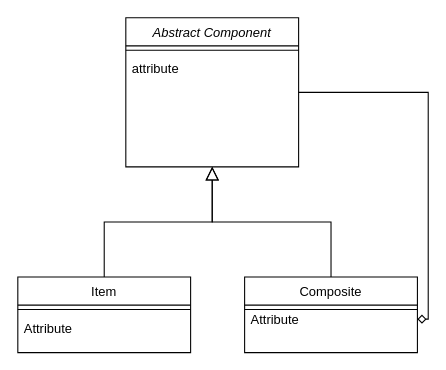
This is src/main/java/com/example/design/CompositePattern.drawio from utkaln/basic-java-app, a draw.io file, before an edit. Source tidied: cells renumbered, new cells numbered last; positions are measured from the earlier drawing's top-left corner, leaving out a move shared by most shapes. Both pictures are drawn from the tidied source at 108%, with x=0, y=0 at pixel (17, 17).
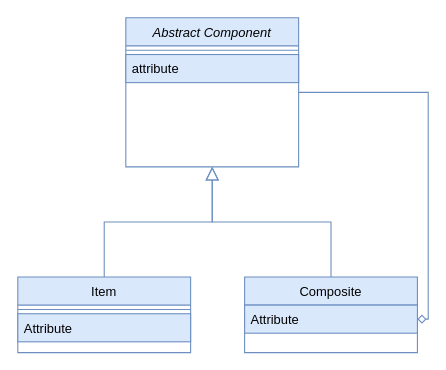
Above is the later version.

What changed in the source:
```diff
@@
 <mxGraphModel>
   <root>
     <mxCell id="0" />
     <mxCell id="1" parent="0" />
-    <mxCell id="2" value="Abstract Component" style="swimlane;fontStyle=2;align=center;verticalAlign=top;horizontal=1;startSize=26;rounded=0;shadow=0;strokeWidth=1;" parent="1" vertex="1">
+    <mxCell id="2" value="Abstract Component" style="swimlane;fontStyle=2;align=center;verticalAlign=top;horizontal=1;startSize=26;rounded=0;shadow=0;strokeWidth=1;fillColor=#dae8fc;strokeColor=#6c8ebf;" parent="1" vertex="1">
       <mxGeometry x="100" width="160" height="138" as="geometry" />
     </mxCell>
-    <mxCell id="3" style="line;html=1;strokeWidth=1;align=left;verticalAlign=middle;spacingTop=-1;spacingLeft=3;spacingRight=3;labelPosition=right;" parent="2" vertex="1">
+    <mxCell id="3" style="line;html=1;strokeWidth=1;align=left;verticalAlign=middle;spacingTop=-1;spacingLeft=3;spacingRight=3;labelPosition=right;fillColor=#dae8fc;strokeColor=#6c8ebf;" parent="2" vertex="1">
       <mxGeometry y="26" width="160" height="8" as="geometry" />
     </mxCell>
-    <mxCell id="4" value="attribute" style="text;align=left;verticalAlign=top;spacingLeft=4;spacingRight=4;overflow=hidden;" parent="2" vertex="1">
+    <mxCell id="4" value="attribute" style="text;align=left;verticalAlign=top;spacingLeft=4;spacingRight=4;overflow=hidden;fillColor=#dae8fc;strokeColor=#6c8ebf;" parent="2" vertex="1">
       <mxGeometry y="34" width="160" height="26" as="geometry" />
     </mxCell>
-    <mxCell id="5" value="Item" style="swimlane;fontStyle=0;align=center;verticalAlign=top;horizontal=1;startSize=26;rounded=0;shadow=0;strokeWidth=1;" parent="1" vertex="1">
+    <mxCell id="5" value="Item" style="swimlane;fontStyle=0;align=center;verticalAlign=top;horizontal=1;startSize=26;rounded=0;shadow=0;strokeWidth=1;fillColor=#dae8fc;strokeColor=#6c8ebf;" parent="1" vertex="1">
       <mxGeometry y="240" width="160" height="70" as="geometry" />
     </mxCell>
-    <mxCell id="6" style="line;html=1;strokeWidth=1;align=left;verticalAlign=middle;spacingTop=-1;spacingLeft=3;spacingRight=3;labelPosition=right;" parent="5" vertex="1">
+    <mxCell id="6" style="line;html=1;strokeWidth=1;align=left;verticalAlign=middle;spacingTop=-1;spacingLeft=3;spacingRight=3;labelPosition=right;fillColor=#dae8fc;strokeColor=#6c8ebf;" parent="5" vertex="1">
       <mxGeometry y="26" width="160" height="8" as="geometry" />
     </mxCell>
-    <mxCell id="7" value="Attribute" style="text;align=left;verticalAlign=top;spacingLeft=4;spacingRight=4;overflow=hidden;" parent="5" vertex="1">
+    <mxCell id="7" value="Attribute" style="text;align=left;verticalAlign=top;spacingLeft=4;spacingRight=4;overflow=hidden;fillColor=#dae8fc;strokeColor=#6c8ebf;" parent="5" vertex="1">
       <mxGeometry y="34" width="160" height="26" as="geometry" />
     </mxCell>
-    <mxCell id="8" style="endArrow=block;endSize=10;endFill=0;shadow=0;strokeWidth=1;rounded=0;edgeStyle=elbowEdgeStyle;elbow=vertical;" parent="1" edge="1" source="5" target="2">
+    <mxCell id="8" style="endArrow=block;endSize=10;endFill=0;shadow=0;strokeWidth=1;rounded=0;edgeStyle=elbowEdgeStyle;elbow=vertical;fillColor=#dae8fc;strokeColor=#6c8ebf;" parent="1" edge="1" source="5" target="2">
       <mxGeometry relative="1" as="geometry" />
     </mxCell>
-    <mxCell id="9" value="Composite" style="swimlane;fontStyle=0;align=center;verticalAlign=top;horizontal=1;startSize=26;rounded=0;shadow=0;strokeWidth=1;" parent="1" vertex="1">
+    <mxCell id="9" value="Composite" style="swimlane;fontStyle=0;align=center;verticalAlign=top;horizontal=1;startSize=26;rounded=0;shadow=0;strokeWidth=1;fillColor=#dae8fc;strokeColor=#6c8ebf;" parent="1" vertex="1">
       <mxGeometry x="210" y="240" width="160" height="70" as="geometry" />
     </mxCell>
-    <mxCell id="10" style="line;html=1;strokeWidth=1;align=left;verticalAlign=middle;spacingTop=-1;spacingLeft=3;spacingRight=3;labelPosition=right;" parent="9" vertex="1">
+    <mxCell id="10" style="line;html=1;strokeWidth=1;align=left;verticalAlign=middle;spacingTop=-1;spacingLeft=3;spacingRight=3;labelPosition=right;fillColor=#dae8fc;strokeColor=#6c8ebf;" parent="9" vertex="1">
       <mxGeometry y="26" width="160" height="8" as="geometry" />
     </mxCell>
-    <mxCell id="11" style="endArrow=block;endSize=10;endFill=0;shadow=0;strokeWidth=1;rounded=0;edgeStyle=elbowEdgeStyle;elbow=vertical;" parent="1" edge="1" source="9" target="2">
+    <mxCell id="11" style="endArrow=block;endSize=10;endFill=0;shadow=0;strokeWidth=1;rounded=0;edgeStyle=elbowEdgeStyle;elbow=vertical;fillColor=#dae8fc;strokeColor=#6c8ebf;" parent="1" edge="1" source="9" target="2">
       <mxGeometry relative="1" as="geometry" />
     </mxCell>
-    <mxCell id="12" value="Attribute" style="text;align=left;verticalAlign=top;spacingLeft=4;spacingRight=4;overflow=hidden;points=[[0,0.5],[1,0.5]];portConstraint=eastwest;" parent="1" vertex="1">
+    <mxCell id="12" value="Attribute" style="text;align=left;verticalAlign=top;spacingLeft=4;spacingRight=4;overflow=hidden;points=[[0,0.5],[1,0.5]];portConstraint=eastwest;fillColor=#dae8fc;strokeColor=#6c8ebf;" parent="1" vertex="1">
       <mxGeometry x="210" y="266" width="160" height="26" as="geometry" />
     </mxCell>
-    <mxCell id="13" style="endArrow=diamond;html=1;rounded=0;exitX=1;exitY=0.5;exitDx=0;exitDy=0;edgeStyle=orthogonalEdgeStyle;entryX=1;entryY=0.5;entryDx=0;entryDy=0;endFill=0;" parent="1" edge="1" source="2" target="12">
+    <mxCell id="13" style="endArrow=diamond;html=1;rounded=0;exitX=1;exitY=0.5;exitDx=0;exitDy=0;edgeStyle=orthogonalEdgeStyle;entryX=1;entryY=0.5;entryDx=0;entryDy=0;endFill=0;fillColor=#dae8fc;strokeColor=#6c8ebf;" parent="1" edge="1" source="2" target="12">
       <mxGeometry relative="1" as="geometry" />
     </mxCell>
   </root>
 </mxGraphModel>
```
